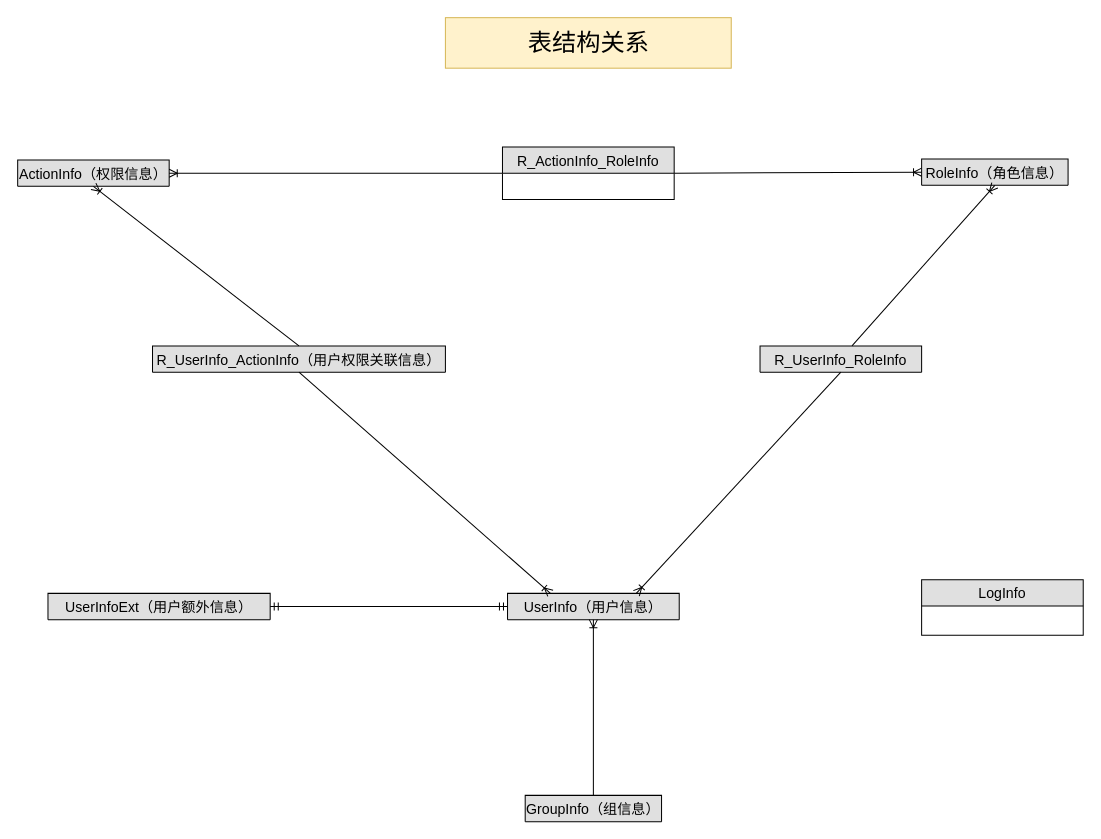
Before: IHC.drawio in GreAmbWang/draw.io, a draw.io diagram. Source tidied: cells renumbered, new cells numbered last; positions are measured from the earlier drawing's top-left corner, leaving out a move shared by most shapes. Both pictures are drawn from the tidied source at 101%, with x=0, y=0 at pixel (17, 17).
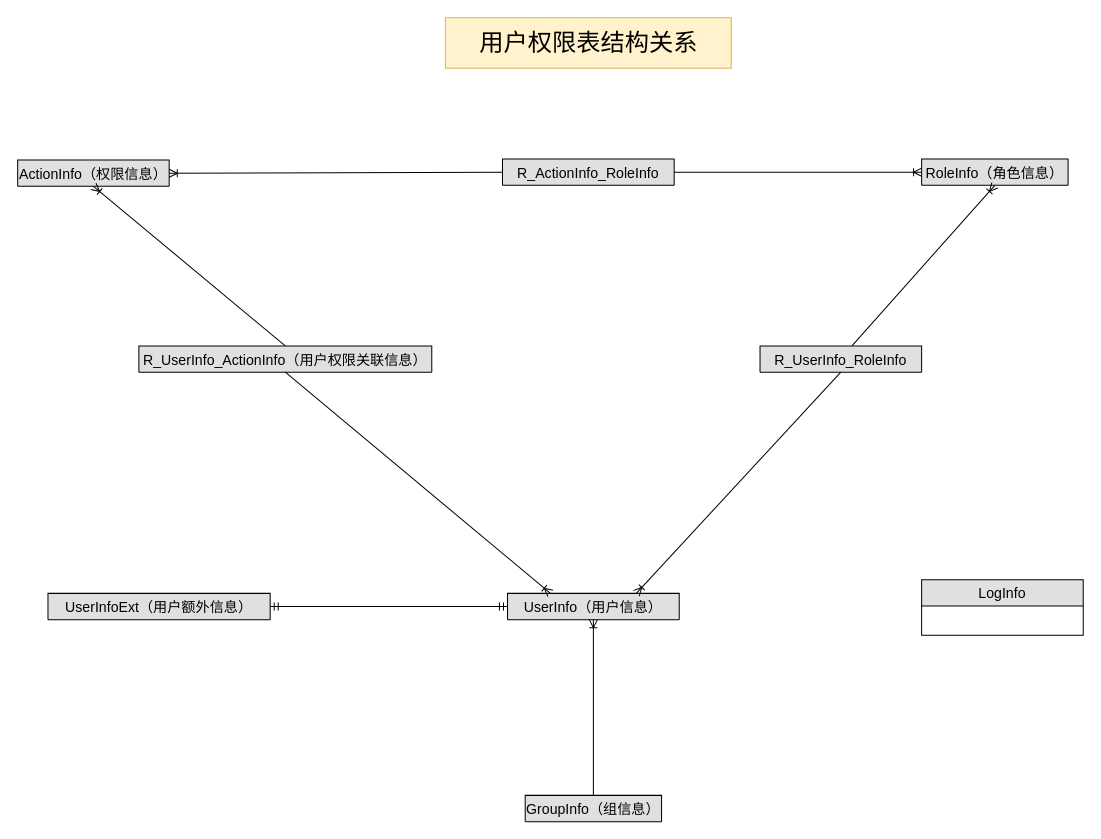
The same diagram, later.

Change to the diagram source:
```diff
@@
 <mxGraphModel>
   <root>
     <mxCell id="0" />
     <mxCell id="1" parent="0" />
     <mxCell id="2" value="UserInfo（用户信息）" style="swimlane;fontStyle=0;horizontal=1;startSize=26;fillColor=#e0e0e0;swimlaneFillColor=#ffffff;align=center;fontSize=14;" parent="1" vertex="1" collapsed="1">
       <mxGeometry x="485" y="570" width="170" height="26" as="geometry" />
     </mxCell>
     <mxCell id="3" value="GroupInfo（组信息）" style="swimlane;fontStyle=0;horizontal=1;startSize=26;fillColor=#e0e0e0;swimlaneFillColor=#ffffff;align=center;fontSize=14;" parent="1" vertex="1" collapsed="1">
       <mxGeometry x="502.5" y="770" width="135" height="26" as="geometry" />
     </mxCell>
     <mxCell id="4" value="ActionInfo（权限信息）" style="swimlane;fontStyle=0;horizontal=1;startSize=26;fillColor=#e0e0e0;swimlaneFillColor=#ffffff;align=center;fontSize=14;" parent="1" vertex="1" collapsed="1">
       <mxGeometry y="141" width="150" height="26" as="geometry" />
     </mxCell>
     <mxCell id="5" style="fontSize=12;html=1;endArrow=ERoneToMany;entryX=0.5;entryY=1;entryDx=0;entryDy=0;exitX=0.5;exitY=0;exitDx=0;exitDy=0;" parent="1" edge="1" source="3" target="2">
       <mxGeometry relative="1" as="geometry" />
     </mxCell>
     <mxCell id="6" value="RoleInfo（角色信息）" style="swimlane;fontStyle=0;horizontal=1;startSize=26;fillColor=#e0e0e0;swimlaneFillColor=#ffffff;align=center;fontSize=14;" parent="1" vertex="1" collapsed="1">
       <mxGeometry x="895" y="140" width="145" height="26" as="geometry" />
     </mxCell>
     <mxCell id="7" value="R_UserInfo_RoleInfo" style="swimlane;fontStyle=0;horizontal=1;startSize=26;fillColor=#e0e0e0;swimlaneFillColor=#ffffff;align=center;fontSize=14;" parent="1" vertex="1" collapsed="1">
       <mxGeometry x="735" y="325" width="160" height="26" as="geometry" />
     </mxCell>
     <mxCell id="8" style="fontSize=12;html=1;endArrow=ERoneToMany;entryX=0.5;entryY=1;entryDx=0;entryDy=0;exitX=0.569;exitY=-0.005;exitDx=0;exitDy=0;exitPerimeter=0;" parent="1" edge="1" source="7" target="6">
       <mxGeometry relative="1" as="geometry" />
     </mxCell>
     <mxCell id="9" style="fontSize=12;html=1;endArrow=ERoneToMany;entryX=0.75;entryY=0;entryDx=0;entryDy=0;exitX=0.5;exitY=1;exitDx=0;exitDy=0;" parent="1" edge="1" source="7" target="2">
       <mxGeometry relative="1" as="geometry" />
     </mxCell>
     <mxCell id="10" value="R_UserInfo_ActionInfo（用户权限关联信息）" style="swimlane;fontStyle=0;horizontal=1;startSize=26;fillColor=#e0e0e0;swimlaneFillColor=#ffffff;align=center;fontSize=14;" parent="1" vertex="1" collapsed="1">
-      <mxGeometry x="133.5" y="325" width="290" height="26" as="geometry" />
+      <mxGeometry x="120" y="325" width="290" height="26" as="geometry" />
     </mxCell>
     <mxCell id="11" style="fontSize=12;html=1;endArrow=ERoneToMany;entryX=0.25;entryY=0;entryDx=0;entryDy=0;exitX=0.5;exitY=1;exitDx=0;exitDy=0;" parent="1" edge="1" source="10" target="2">
       <mxGeometry relative="1" as="geometry" />
     </mxCell>
     <mxCell id="12" style="fontSize=12;html=1;endArrow=ERoneToMany;entryX=0.5;entryY=1;entryDx=0;entryDy=0;exitX=0.5;exitY=0;exitDx=0;exitDy=0;" parent="1" edge="1" source="10" target="4">
       <mxGeometry relative="1" as="geometry" />
     </mxCell>
-    <mxCell id="13" value="R_ActionInfo_RoleInfo" style="swimlane;fontStyle=0;horizontal=1;startSize=26;fillColor=#e0e0e0;swimlaneFillColor=#ffffff;align=center;fontSize=14;" parent="1" vertex="1">
-      <mxGeometry x="480" y="128" width="170" height="52" as="geometry" />
+    <mxCell id="13" value="R_ActionInfo_RoleInfo" style="swimlane;fontStyle=0;horizontal=1;startSize=26;fillColor=#e0e0e0;swimlaneFillColor=#ffffff;align=center;fontSize=14;" parent="1" vertex="1" collapsed="1">
+      <mxGeometry x="480" y="140" width="170" height="26" as="geometry" />
     </mxCell>
     <mxCell id="14" style="fontSize=12;html=1;endArrow=ERoneToMany;entryX=1;entryY=0.5;entryDx=0;entryDy=0;exitX=0;exitY=0.5;exitDx=0;exitDy=0;" parent="1" edge="1" source="13" target="4">
       <mxGeometry relative="1" as="geometry" />
     </mxCell>
     <mxCell id="15" style="fontSize=12;html=1;endArrow=ERoneToMany;entryX=0;entryY=0.5;entryDx=0;entryDy=0;exitX=1;exitY=0.5;exitDx=0;exitDy=0;" parent="1" edge="1" source="13" target="6">
       <mxGeometry relative="1" as="geometry" />
     </mxCell>
     <mxCell id="16" value="UserInfoExt（用户额外信息）" style="swimlane;fontStyle=0;horizontal=1;startSize=26;fillColor=#e0e0e0;swimlaneFillColor=#ffffff;align=center;fontSize=14;" parent="1" vertex="1" collapsed="1">
       <mxGeometry x="30" y="570" width="220" height="26" as="geometry" />
     </mxCell>
     <mxCell id="17" style="edgeStyle=entityRelationEdgeStyle;fontSize=12;html=1;endArrow=ERmandOne;startArrow=ERmandOne;entryX=0;entryY=0.5;entryDx=0;entryDy=0;exitX=1;exitY=0.5;exitDx=0;exitDy=0;" parent="1" edge="1" source="16" target="2">
       <mxGeometry relative="1" as="geometry" />
     </mxCell>
-    <mxCell id="18" value="&lt;font style=&quot;font-size: 24px&quot;&gt;表结构关系&lt;/font&gt;" style="text;html=1;strokeColor=#d6b656;fillColor=#fff2cc;align=center;verticalAlign=middle;whiteSpace=wrap;rounded=0;" parent="1" vertex="1">
+    <mxCell id="18" value="&lt;font style=&quot;font-size: 24px&quot;&gt;用户权限表结构关系&lt;/font&gt;" style="text;html=1;strokeColor=#d6b656;fillColor=#fff2cc;align=center;verticalAlign=middle;whiteSpace=wrap;rounded=0;" parent="1" vertex="1">
       <mxGeometry x="423.5" width="283" height="50" as="geometry" />
     </mxCell>
     <mxCell id="19" value="LogInfo" style="swimlane;fontStyle=0;horizontal=1;startSize=26;fillColor=#e0e0e0;swimlaneFillColor=#ffffff;align=center;fontSize=14;" parent="1" vertex="1">
       <mxGeometry x="895" y="556.5" width="160" height="55" as="geometry" />
     </mxCell>
   </root>
 </mxGraphModel>
```
